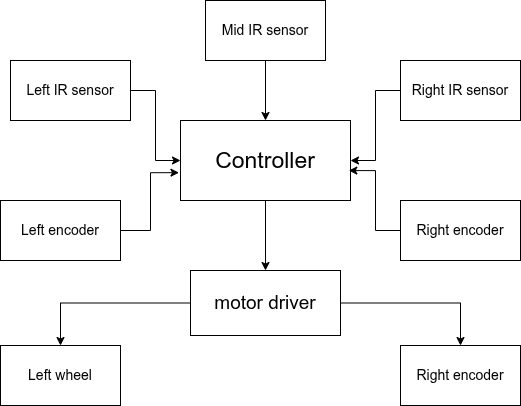
The draw.io diagram docs/assets/images/flow1.png in asmitaa16/mazesolver_fpga, before a commit. Source tidied: cells renumbered, new cells last; positions are measured from the earlier drawing's top-left corner, leaving out a move shared by most shapes.
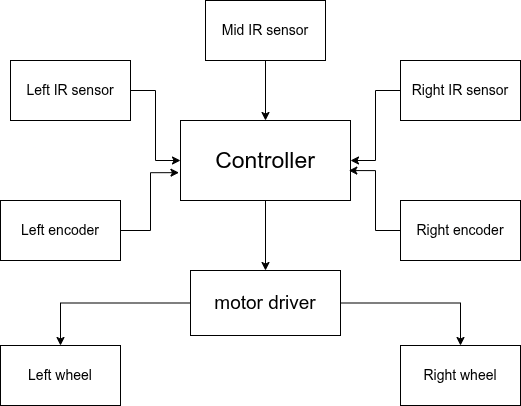
Above is the later version.

What changed in the source:
```diff
@@ -50,7 +50,7 @@
     <mxCell id="17" value="&lt;span style=&quot;font-size: 14px;&quot;&gt;Left wheel&lt;/span&gt;" style="rounded=0;whiteSpace=wrap;html=1;" parent="1" vertex="1">
       <mxGeometry y="345" width="120" height="60" as="geometry" />
     </mxCell>
-    <mxCell id="18" value="&lt;font style=&quot;font-size: 14px;&quot;&gt;Right encoder&lt;/font&gt;" style="rounded=0;whiteSpace=wrap;html=1;" parent="1" vertex="1">
+    <mxCell id="18" value="&lt;font style=&quot;font-size: 14px;&quot;&gt;Right wheel&lt;/font&gt;" style="rounded=0;whiteSpace=wrap;html=1;" parent="1" vertex="1">
       <mxGeometry x="400" y="345" width="120" height="60" as="geometry" />
     </mxCell>
   </root>
```
